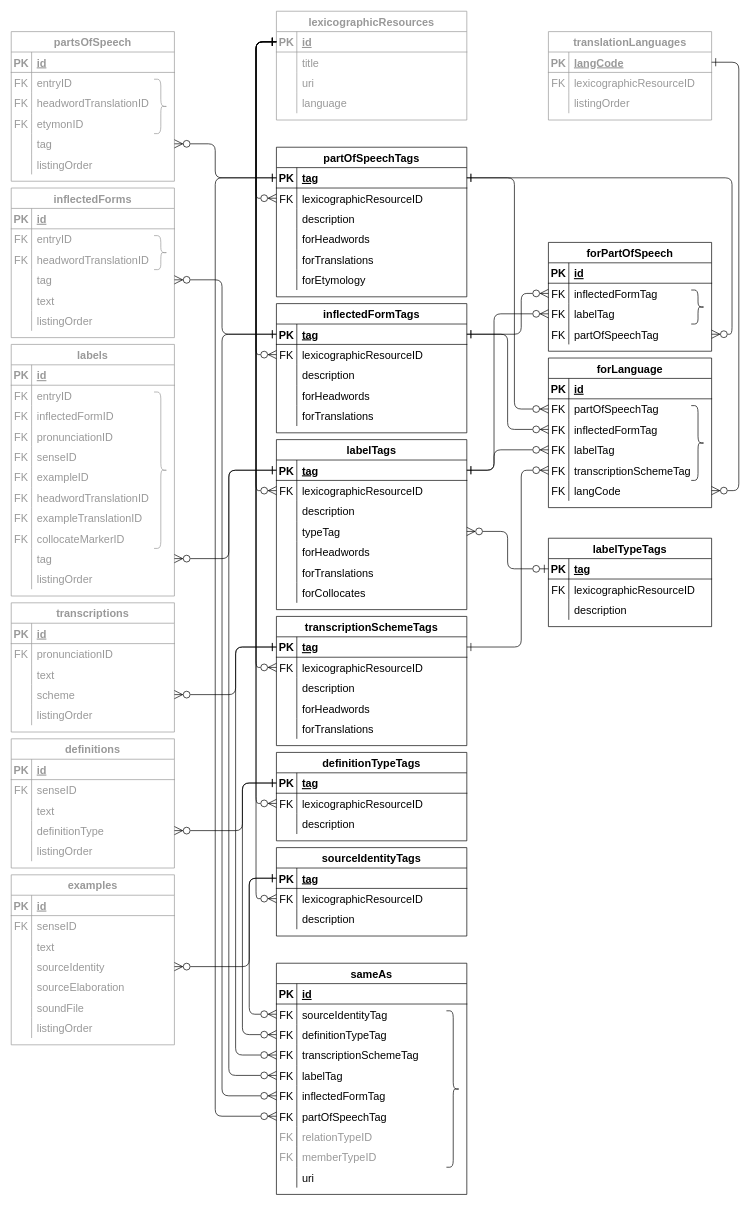
Earlier version of the draw.io diagram dmlex-v1.0/specification/serializations/RDB/databaseDiagrams/values.drawio (oasis-tcs/lexidma). Source tidied: cells renumbered, new cells numbered last; positions are measured from the earlier drawing's top-left corner, leaving out a move shared by most shapes. Both pictures are drawn from the tidied source at 68%, with x=0, y=0 at pixel (11, 11).
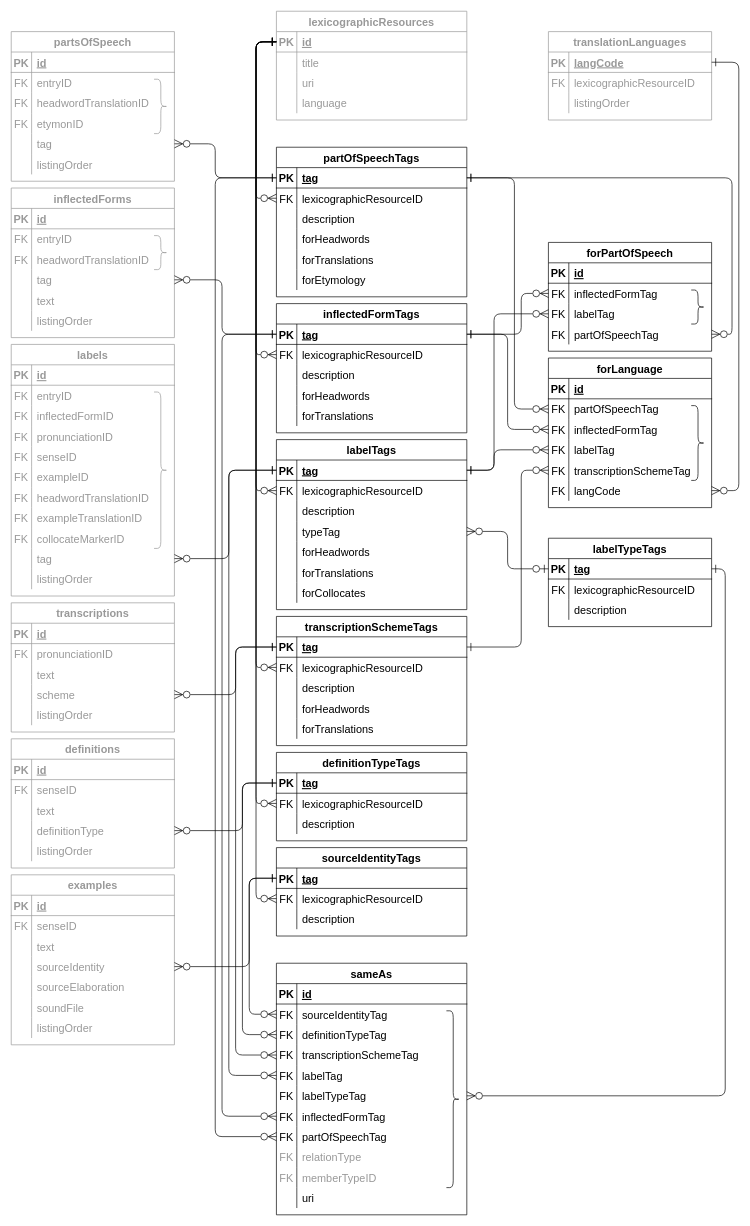
After the change.

Commit message (it also covers changes not shown here):
database serialization: controlled values module

Unchanged cells that the change refers to:
```xml
<mxCell id="16" style="shape=tableRow;horizontal=0;startSize=0;swimlaneHead=0;swimlaneBody=0;fillColor=none;points=[[0,0.5],[1,0.5]];portConstraint=eastwest;top=0;left=0;right=0;bottom=1;fontSize=16;" parent="15" vertex="1">
  <mxGeometry y="30" width="280" height="30" as="geometry" />
</mxCell>
<mxCell id="35" style="shape=tableRow;horizontal=0;startSize=0;swimlaneHead=0;swimlaneBody=0;fillColor=none;points=[[0,0.5],[1,0.5]];portConstraint=eastwest;top=0;left=0;right=0;bottom=1;fontSize=16;" parent="34" vertex="1">
  <mxGeometry y="30" width="280" height="30" as="geometry" />
</mxCell>
<mxCell id="151" style="shape=tableRow;horizontal=0;startSize=0;swimlaneHead=0;swimlaneBody=0;fillColor=none;points=[[0,0.5],[1,0.5]];portConstraint=eastwest;top=0;left=0;right=0;bottom=1;fontSize=16;" parent="150" vertex="1">
  <mxGeometry y="30" width="240" height="30" as="geometry" />
</mxCell>
```

The edit, as a diff of the source:
```diff
@@
     <mxCell id="160" value="sameAs" style="shape=table;startSize=30;childLayout=tableLayout;rowLines=0;fontStyle=1;align=center;fontSize=16;" parent="1" vertex="1">
-      <mxGeometry x="390" y="1400" width="280" height="340" as="geometry" />
+      <mxGeometry x="390" y="1400" width="280" height="370" as="geometry" />
     </mxCell>
@@
+    <mxCell id="350" style="shape=tableRow;horizontal=0;startSize=0;swimlaneHead=0;swimlaneBody=0;fillColor=none;points=[[0,0.5],[1,0.5]];portConstraint=eastwest;top=0;left=0;right=0;bottom=0;fontSize=16;" parent="160" vertex="1">
+      <mxGeometry y="180" width="280" height="30" as="geometry" />
+    </mxCell>
+    <mxCell id="351" value="FK" style="shape=partialRectangle;fillColor=none;top=0;left=0;bottom=0;right=0;overflow=hidden;fontSize=16;" parent="350" vertex="1">
+      <mxGeometry width="30" height="30" as="geometry" />
+    </mxCell>
+    <mxCell id="352" value="labelTypeTag" style="shape=partialRectangle;fillColor=none;top=0;left=0;bottom=0;right=0;align=left;spacingLeft=6;overflow=hidden;fontSize=16;" parent="350" vertex="1">
+      <mxGeometry x="30" width="250" height="30" as="geometry" />
+    </mxCell>
     <mxCell id="176" style="shape=tableRow;horizontal=0;startSize=0;swimlaneHead=0;swimlaneBody=0;fillColor=none;points=[[0,0.5],[1,0.5]];portConstraint=eastwest;top=0;left=0;right=0;bottom=0;fontSize=16;" parent="160" vertex="1">
-      <mxGeometry y="180" width="280" height="30" as="geometry" />
+      <mxGeometry y="210" width="280" height="30" as="geometry" />
     </mxCell>
@@
     <mxCell id="179" style="shape=tableRow;horizontal=0;startSize=0;swimlaneHead=0;swimlaneBody=0;fillColor=none;points=[[0,0.5],[1,0.5]];portConstraint=eastwest;top=0;left=0;right=0;bottom=0;fontSize=16;" parent="160" vertex="1">
-      <mxGeometry y="210" width="280" height="30" as="geometry" />
+      <mxGeometry y="240" width="280" height="30" as="geometry" />
     </mxCell>
@@
     <mxCell id="182" style="shape=tableRow;horizontal=0;startSize=0;swimlaneHead=0;swimlaneBody=0;fillColor=none;top=0;left=0;right=0;bottom=0;fontSize=16;" parent="160" vertex="1">
-      <mxGeometry y="240" width="280" height="30" as="geometry" />
+      <mxGeometry y="270" width="280" height="30" as="geometry" />
     </mxCell>
@@
-    <mxCell id="184" value="relationTypeID" style="shape=partialRectangle;fillColor=none;top=0;left=0;bottom=0;right=0;align=left;spacingLeft=6;overflow=hidden;fontSize=16;fontColor=#999999;" parent="182" vertex="1">
+    <mxCell id="184" value="relationType" style="shape=partialRectangle;fillColor=none;top=0;left=0;bottom=0;right=0;align=left;spacingLeft=6;overflow=hidden;fontSize=16;fontColor=#999999;" parent="182" vertex="1">
       <mxGeometry x="30" width="250" height="30" as="geometry" />
     </mxCell>
     <mxCell id="185" style="shape=tableRow;horizontal=0;startSize=0;swimlaneHead=0;swimlaneBody=0;fillColor=none;top=0;left=0;right=0;bottom=0;fontSize=16;" parent="160" vertex="1">
-      <mxGeometry y="270" width="280" height="30" as="geometry" />
+      <mxGeometry y="300" width="280" height="30" as="geometry" />
     </mxCell>
@@
     <mxCell id="188" style="shape=tableRow;horizontal=0;startSize=0;swimlaneHead=0;swimlaneBody=0;fillColor=none;top=0;left=0;right=0;bottom=0;fontSize=16;" parent="160" vertex="1">
-      <mxGeometry y="300" width="280" height="30" as="geometry" />
+      <mxGeometry y="330" width="280" height="30" as="geometry" />
     </mxCell>
@@
     <mxCell id="328" style="shape=curlyBracket;whiteSpace=wrap;html=1;rounded=1;flipH=1;strokeColor=#000000;fontFamily=Helvetica;fontSize=12;fontColor=#999999;" parent="1" vertex="1">
-      <mxGeometry x="640" y="1470" width="20" height="230" as="geometry" />
+      <mxGeometry x="640" y="1470" width="20" height="260" as="geometry" />
     </mxCell>
@@
     <mxCell id="339" style="edgeStyle=orthogonalEdgeStyle;shape=connector;rounded=1;jettySize=auto;html=1;exitX=0;exitY=0.5;exitDx=0;exitDy=0;entryX=0;entryY=0.5;entryDx=0;entryDy=0;labelBackgroundColor=default;strokeColor=default;fontFamily=Helvetica;fontSize=12;fontColor=#999999;startArrow=ERone;startFill=0;endArrow=ERzeroToMany;endFill=0;startSize=10;endSize=10;" parent="1" edge="1" source="35" target="176">
       <mxGeometry relative="1" as="geometry">
         <Array as="points">
           <mxPoint x="310" y="475" />
-          <mxPoint x="310" y="1595" />
+          <mxPoint x="310" y="1625" />
         </Array>
       </mxGeometry>
     </mxCell>
     <mxCell id="340" style="edgeStyle=orthogonalEdgeStyle;shape=connector;rounded=1;jettySize=auto;html=1;exitX=0;exitY=0.5;exitDx=0;exitDy=0;entryX=0;entryY=0.5;entryDx=0;entryDy=0;labelBackgroundColor=default;strokeColor=default;fontFamily=Helvetica;fontSize=12;fontColor=#999999;startArrow=ERone;startFill=0;endArrow=ERzeroToMany;endFill=0;startSize=10;endSize=10;" parent="1" edge="1" source="16" target="179">
       <mxGeometry relative="1" as="geometry">
         <Array as="points">
           <mxPoint x="300" y="245" />
-          <mxPoint x="300" y="1625" />
+          <mxPoint x="300" y="1655" />
         </Array>
       </mxGeometry>
     </mxCell>
@@
+    <mxCell id="353" style="edgeStyle=orthogonalEdgeStyle;shape=connector;rounded=1;jettySize=auto;html=1;exitX=1;exitY=0.5;exitDx=0;exitDy=0;entryX=1;entryY=0.5;entryDx=0;entryDy=0;labelBackgroundColor=default;strokeColor=default;fontFamily=Helvetica;fontSize=12;fontColor=#999999;startArrow=ERone;startFill=0;endArrow=ERzeroToMany;endFill=0;startSize=10;endSize=10;" parent="1" edge="1" source="151" target="350">
+      <mxGeometry relative="1" as="geometry" />
+    </mxCell>
```
